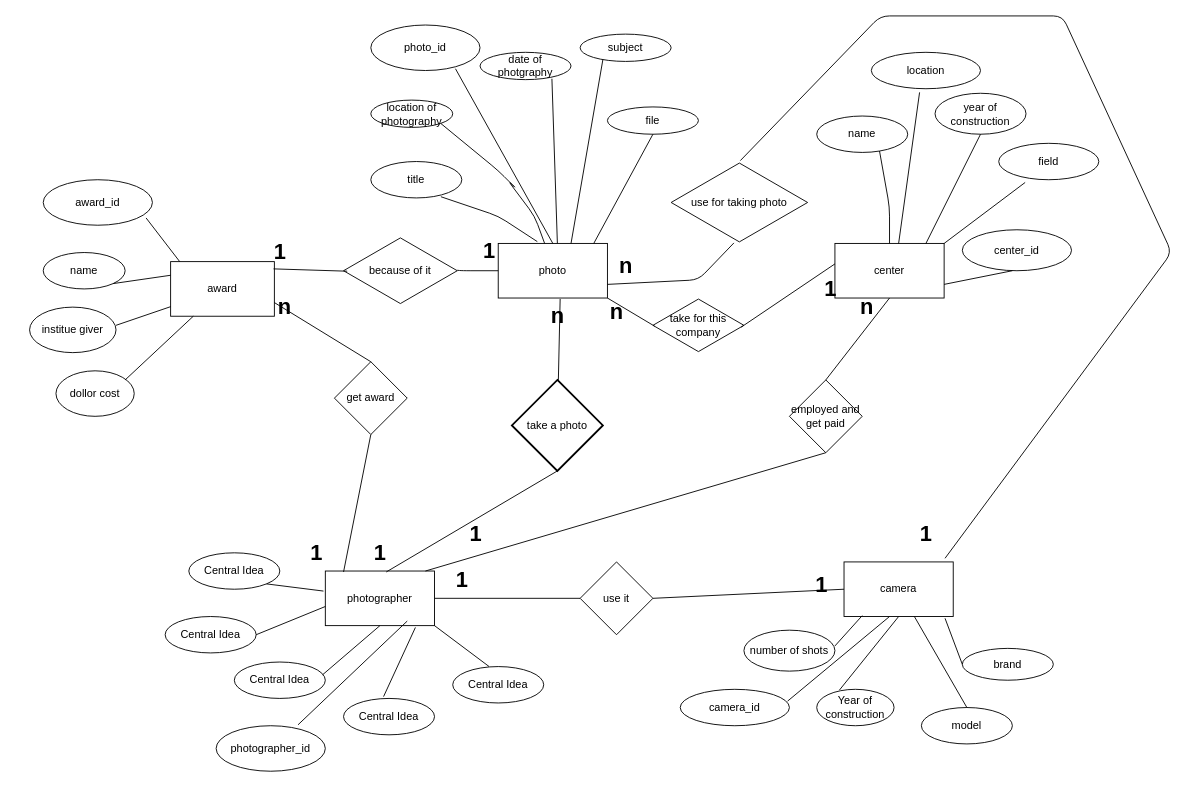
Before: Untitled Diagram.drawio in sarahjef/exe5_maktab, a draw.io diagram. Source tidied: cells renumbered, new cells numbered last; positions are measured from the earlier drawing's top-left corner, leaving out a move shared by most shapes. Both pictures are drawn from the tidied source at 91%, with x=0, y=0 at pixel (29, 15).
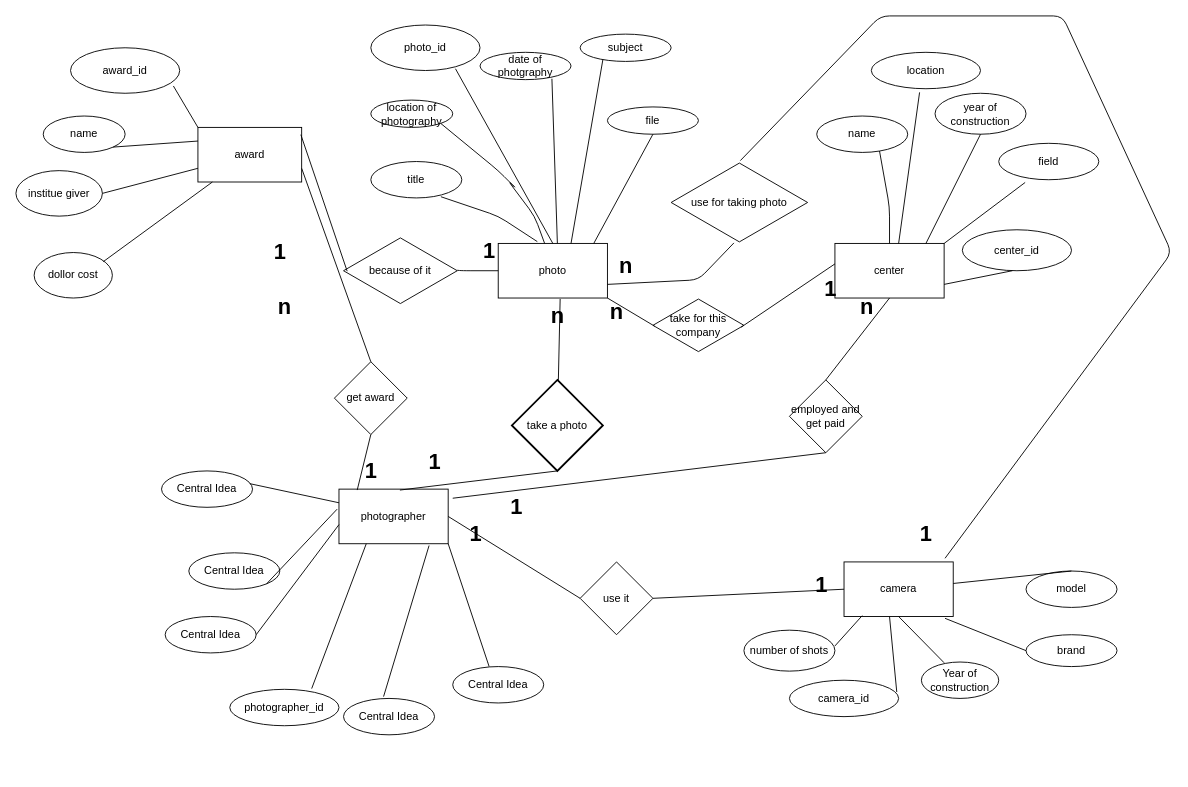
Above is the later version.

Unchanged cells that the change refers to:
```xml
<mxCell id="19" value="employed and get paid" style="rhombus;whiteSpace=wrap;html=1;" parent="1" vertex="1">
  <mxGeometry x="835" y="400" width="80" height="80" as="geometry" />
</mxCell>
```

The edit, as a diff of the source:
```diff
@@
     <mxCell id="4" value="photographer" style="whiteSpace=wrap;html=1;align=center;newEdgeStyle={&quot;edgeStyle&quot;:&quot;elbowEdgeStyle&quot;,&quot;startArrow&quot;:&quot;none&quot;,&quot;endArrow&quot;:&quot;none&quot;};" parent="1" vertex="1">
-      <mxGeometry x="325" y="610" width="120" height="60" as="geometry" />
+      <mxGeometry x="340" y="520" width="120" height="60" as="geometry" />
     </mxCell>
@@
     <mxCell id="6" value="award" style="whiteSpace=wrap;html=1;align=center;newEdgeStyle={&quot;edgeStyle&quot;:&quot;elbowEdgeStyle&quot;,&quot;startArrow&quot;:&quot;none&quot;,&quot;endArrow&quot;:&quot;none&quot;};" parent="1" vertex="1">
-      <mxGeometry x="155" y="270" width="114" height="60" as="geometry" />
+      <mxGeometry x="185" y="122.5" width="114" height="60" as="geometry" />
     </mxCell>
@@
     <mxCell id="10" value="Central Idea" style="ellipse;whiteSpace=wrap;html=1;align=center;newEdgeStyle={&quot;edgeStyle&quot;:&quot;entityRelationEdgeStyle&quot;,&quot;startArrow&quot;:&quot;none&quot;,&quot;endArrow&quot;:&quot;none&quot;,&quot;segment&quot;:10,&quot;curved&quot;:1};" parent="1" vertex="1">
-      <mxGeometry x="225" y="710" width="100" height="40" as="geometry" />
+      <mxGeometry x="145" y="500" width="100" height="40" as="geometry" />
     </mxCell>
@@
     <mxCell id="16" value="1" style="text;strokeColor=none;fillColor=none;html=1;fontSize=24;fontStyle=1;verticalAlign=middle;align=center;" parent="1" vertex="1">
-      <mxGeometry x="345" y="580" width="80" height="20" as="geometry" />
+      <mxGeometry x="495" y="530" width="80" height="20" as="geometry" />
     </mxCell>
@@
     <mxCell id="23" value="1" style="text;strokeColor=none;fillColor=none;html=1;fontSize=24;fontStyle=1;verticalAlign=middle;align=center;" parent="1" vertex="1">
-      <mxGeometry x="435" y="600" width="80" height="40" as="geometry" />
+      <mxGeometry x="405" y="470" width="80" height="40" as="geometry" />
     </mxCell>
-    <mxCell id="24" style="endArrow=none;html=1;exitX=0;exitY=0.25;exitDx=0;exitDy=0;entryX=0.5;entryY=1;entryDx=0;entryDy=0;" parent="1" edge="1" source="23" target="19">
-      <mxGeometry relative="1" as="geometry" />
+    <mxCell id="24" style="endArrow=none;html=1;entryX=0.5;entryY=1;entryDx=0;entryDy=0;" parent="1" edge="1" target="19">
+      <mxGeometry relative="1" as="geometry">
+        <mxPoint x="465" y="530" as="sourcePoint" />
+      </mxGeometry>
     </mxCell>
@@
     <mxCell id="31" value="1" style="text;strokeColor=none;fillColor=none;html=1;fontSize=24;fontStyle=1;verticalAlign=middle;align=center;" parent="1" vertex="1">
-      <mxGeometry x="295" y="570" width="40" height="40" as="geometry" />
+      <mxGeometry x="355" y="480" width="40" height="40" as="geometry" />
     </mxCell>
@@
-    <mxCell id="49" style="endArrow=none;html=1;exitX=0.97;exitY=0.35;exitDx=0;exitDy=0;exitPerimeter=0;" parent="1" edge="1" source="10">
-      <mxGeometry relative="1" as="geometry">
-        <mxPoint x="385" y="670" as="targetPoint" />
-      </mxGeometry>
+    <mxCell id="49" style="endArrow=none;html=1;exitX=0.97;exitY=0.35;exitDx=0;exitDy=0;exitPerimeter=0;entryX=0;entryY=0.25;entryDx=0;entryDy=0;" parent="1" edge="1" source="10" target="4">
+      <mxGeometry relative="1" as="geometry" />
     </mxCell>
@@
     <mxCell id="55" value="model" style="ellipse;whiteSpace=wrap;html=1;" parent="1" vertex="1">
-      <mxGeometry x="980" y="760" width="100" height="40" as="geometry" />
+      <mxGeometry x="1095" y="610" width="100" height="40" as="geometry" />
     </mxCell>
@@
     <mxCell id="57" value="Year of construction" style="ellipse;whiteSpace=wrap;html=1;" parent="1" vertex="1">
-      <mxGeometry x="865" y="740" width="85" height="40" as="geometry" />
+      <mxGeometry x="980" y="710" width="85" height="40" as="geometry" />
     </mxCell>
     <mxCell id="58" value="brand" style="ellipse;whiteSpace=wrap;html=1;" parent="1" vertex="1">
-      <mxGeometry x="1025" y="695" width="100" height="35" as="geometry" />
+      <mxGeometry x="1095" y="680" width="100" height="35" as="geometry" />
     </mxCell>
     <mxCell id="59" value="dollor cost" style="ellipse;whiteSpace=wrap;html=1;" parent="1" vertex="1">
-      <mxGeometry x="29" y="390" width="86" height="50" as="geometry" />
+      <mxGeometry x="5" y="260" width="86" height="50" as="geometry" />
     </mxCell>
     <mxCell id="60" value="institue giver" style="ellipse;whiteSpace=wrap;html=1;" parent="1" vertex="1">
-      <mxGeometry y="320" width="95" height="50" as="geometry" />
+      <mxGeometry x="-15" y="170" width="95" height="50" as="geometry" />
     </mxCell>
     <mxCell id="61" value="name" style="ellipse;whiteSpace=wrap;html=1;" parent="1" vertex="1">
-      <mxGeometry x="15" y="260" width="90" height="40" as="geometry" />
+      <mxGeometry x="15" y="110" width="90" height="40" as="geometry" />
     </mxCell>
@@
-    <mxCell id="82" style="endArrow=none;html=1;" parent="1" edge="1" target="6">
-      <mxGeometry relative="1" as="geometry">
-        <mxPoint x="95" y="340" as="sourcePoint" />
-      </mxGeometry>
+    <mxCell id="82" style="endArrow=none;html=1;exitX=1;exitY=0.5;exitDx=0;exitDy=0;" parent="1" edge="1" source="60" target="6">
+      <mxGeometry relative="1" as="geometry" />
     </mxCell>
@@
     <mxCell id="84" value="photographer_id" style="ellipse;whiteSpace=wrap;html=1;" parent="1" vertex="1">
-      <mxGeometry x="205" y="780" width="120" height="50" as="geometry" />
+      <mxGeometry x="220" y="740" width="120" height="40" as="geometry" />
     </mxCell>
     <mxCell id="85" value="camera_id" style="ellipse;whiteSpace=wrap;html=1;" parent="1" vertex="1">
-      <mxGeometry x="715" y="740" width="120" height="40" as="geometry" />
+      <mxGeometry x="835" y="730" width="120" height="40" as="geometry" />
     </mxCell>
@@
     <mxCell id="88" value="award_id" style="ellipse;whiteSpace=wrap;html=1;" parent="1" vertex="1">
-      <mxGeometry x="15" y="180" width="120" height="50" as="geometry" />
+      <mxGeometry x="45" y="35" width="120" height="50" as="geometry" />
     </mxCell>
-    <mxCell id="89" style="endArrow=none;html=1;entryX=0.942;entryY=0.84;entryDx=0;entryDy=0;entryPerimeter=0;" parent="1" edge="1" target="88">
-      <mxGeometry relative="1" as="geometry">
-        <mxPoint x="165" y="270" as="sourcePoint" />
-      </mxGeometry>
+    <mxCell id="89" style="endArrow=none;html=1;entryX=0.942;entryY=0.84;entryDx=0;entryDy=0;entryPerimeter=0;exitX=0;exitY=0;exitDx=0;exitDy=0;" parent="1" edge="1" source="6" target="88">
+      <mxGeometry relative="1" as="geometry" />
     </mxCell>
@@
-    <mxCell id="93" style="endArrow=none;html=1;exitX=0.75;exitY=-0.02;exitDx=0;exitDy=0;exitPerimeter=0;" parent="1" edge="1" source="84">
-      <mxGeometry relative="1" as="geometry">
-        <mxPoint x="415" y="665" as="targetPoint" />
-      </mxGeometry>
+    <mxCell id="93" style="endArrow=none;html=1;exitX=0.75;exitY=-0.02;exitDx=0;exitDy=0;exitPerimeter=0;entryX=0.25;entryY=1;entryDx=0;entryDy=0;" parent="1" edge="1" source="84" target="4">
+      <mxGeometry relative="1" as="geometry" />
     </mxCell>
```
